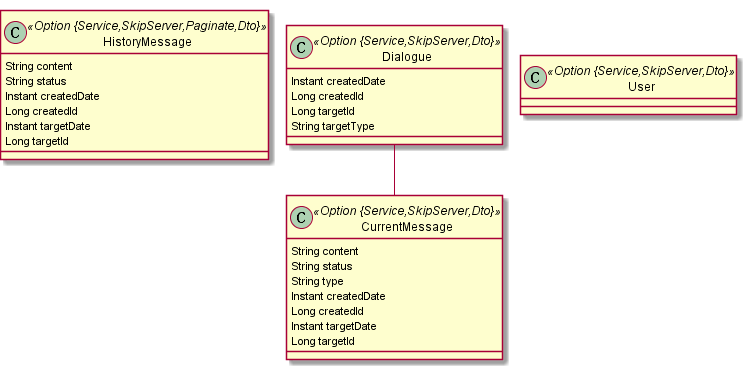
Earlier version of the PlantUML export docs/jdl/im.png (dongyanghe/eikesi).
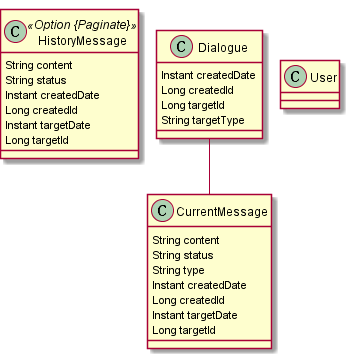
After the change.

Change to the diagram source:
```diff
@@ -1,7 +1,7 @@
 @startuml
 	!pragma graphviz_dot jdot
 	!pragma syntax class
-	class HistoryMessage <<Option {Service,SkipServer,Paginate,Dto}>> {
+	class HistoryMessage <<Option {Paginate}>> {
 		String content
 		String status
 		Instant createdDate
@@ -9,7 +9,7 @@
 		Instant targetDate
 		Long targetId
 	}
-	class CurrentMessage <<Option {Service,SkipServer,Dto}>> {
+	class CurrentMessage  {
 		String content
 		String status
 		String type
@@ -18,13 +18,13 @@
 		Instant targetDate
 		Long targetId
 	}
-	class Dialogue <<Option {Service,SkipServer,Dto}>> {
+	class Dialogue  {
 		Instant createdDate
 		Long createdId
 		Long targetId
 		String targetType
 	}
 	Dialogue  "currentMessage(createdDate) 0..1 " --o "dialogue(targetId) 0..* "  CurrentMessage
-	class User <<Option {Service,SkipServer,Dto}>> {
+	class User  {
 	}
 @enduml
```
